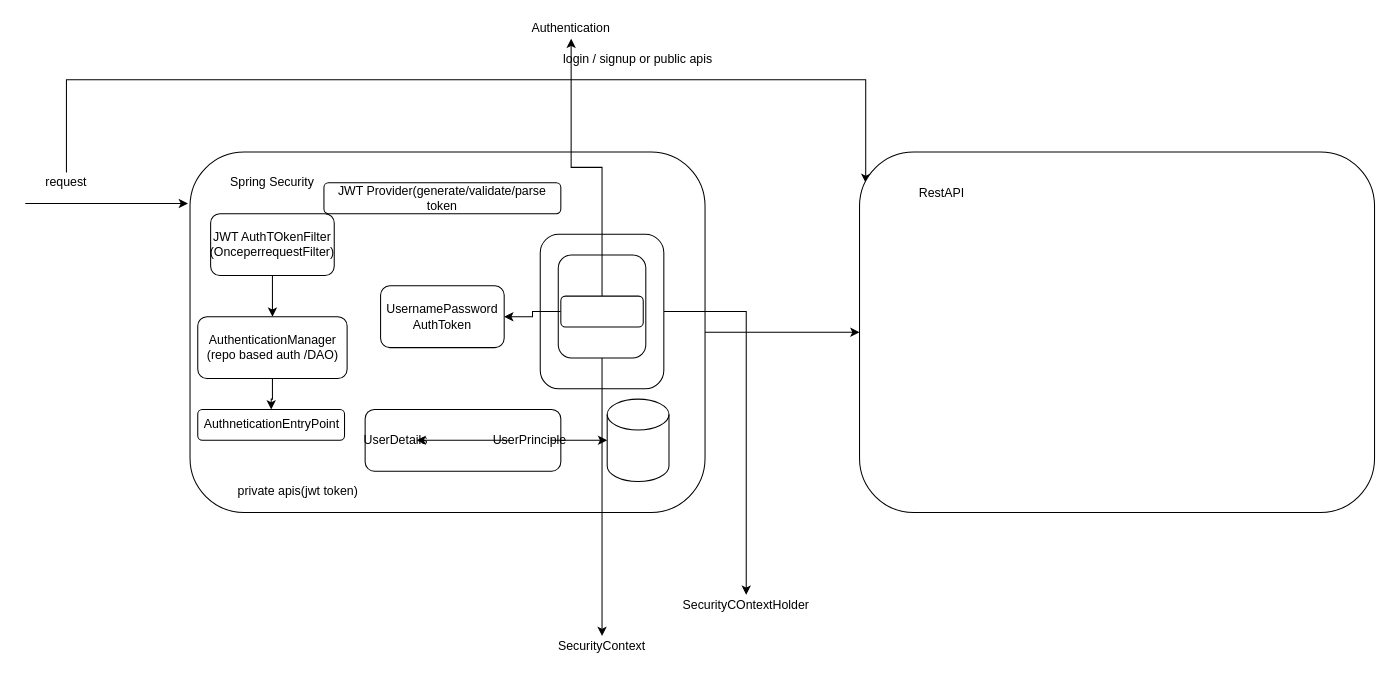
abhinandanchivate/landisgyrNotes keeps this draw.io diagram as page "security" (14 of 14) of Untitled Diagram.drawio. Above is the earlier version. Source tidied: cells renumbered, new cells numbered last; positions are measured from the earlier drawing's top-left corner, leaving out a move shared by most shapes. Both pictures are drawn from the tidied source at 103%, with x=0, y=0 at pixel (25, 18).
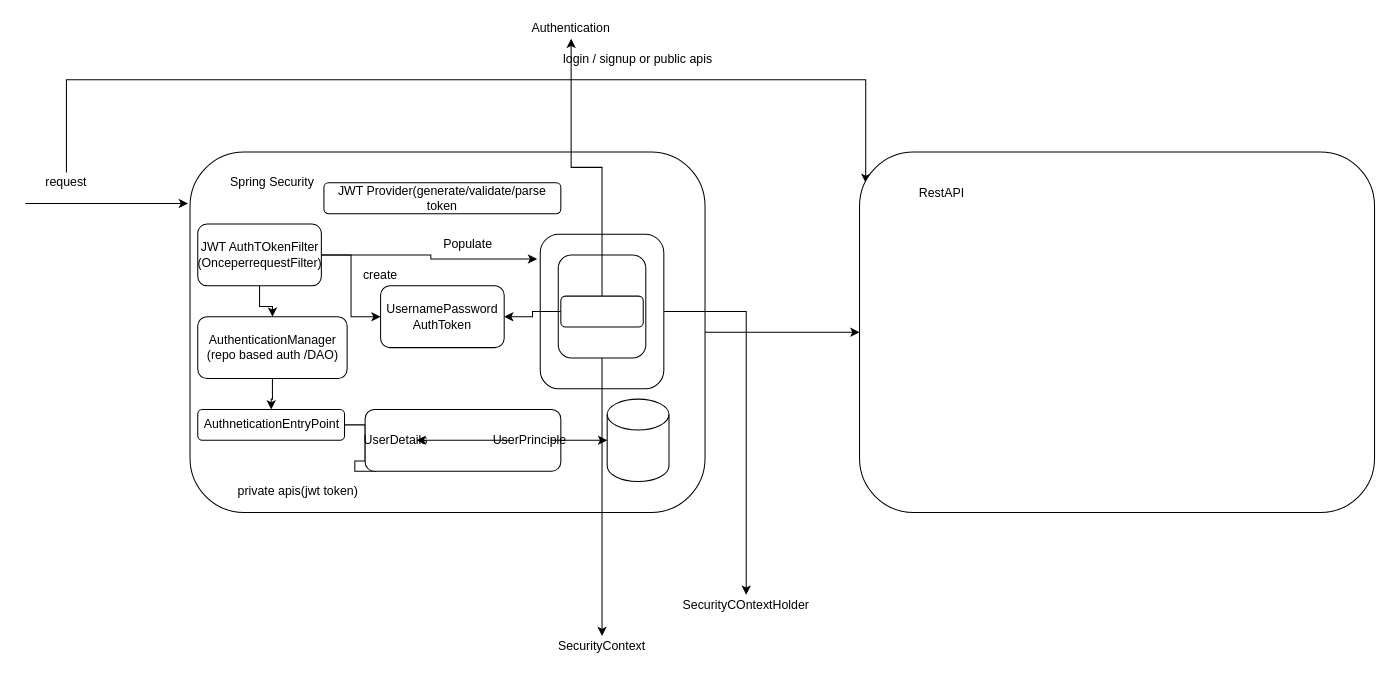
After the change.

The change refers to these unchanged cells:
```xml
<mxCell id="17" value="AuthneticationEntryPoint" style="rounded=1;whiteSpace=wrap;html=1;" parent="1" vertex="1">
  <mxGeometry x="167.5" y="380" width="142.5" height="30" as="geometry" />
</mxCell>
<mxCell id="21" style="rounded=1;whiteSpace=wrap;html=1;" parent="1" vertex="1">
  <mxGeometry x="500" y="210" width="120" height="150" as="geometry" />
</mxCell>
<mxCell id="30" value="UsernamePassword&lt;br&gt;AuthToken" style="rounded=1;whiteSpace=wrap;html=1;" parent="1" vertex="1">
  <mxGeometry x="345" y="260" width="120" height="60" as="geometry" />
</mxCell>
<mxCell id="31" value="UserDetails" style="text;html=1;strokeColor=none;fillColor=none;align=center;verticalAlign=middle;whiteSpace=wrap;rounded=0;" parent="1" vertex="1">
  <mxGeometry x="340" y="400" width="40" height="20" as="geometry" />
</mxCell>
```

Change to the diagram source:
```diff
@@
+    <mxCell id="35" style="edgeStyle=orthogonalEdgeStyle;rounded=0;jettySize=auto;html=1;entryX=-0.025;entryY=0.16;entryDx=0;entryDy=0;entryPerimeter=0;" parent="1" edge="1" source="13" target="21">
+      <mxGeometry relative="1" as="geometry" />
+    </mxCell>
+    <mxCell id="36" style="edgeStyle=orthogonalEdgeStyle;rounded=0;jettySize=auto;html=1;entryX=0;entryY=0.5;entryDx=0;entryDy=0;" parent="1" edge="1" source="13" target="30">
+      <mxGeometry relative="1" as="geometry" />
+    </mxCell>
     <mxCell id="13" value="JWT AuthTOkenFilter&lt;br&gt;(OnceperrequestFilter)" style="rounded=1;whiteSpace=wrap;html=1;" parent="1" vertex="1">
-      <mxGeometry x="180" y="190" width="120" height="60" as="geometry" />
+      <mxGeometry x="167.5" y="200" width="120" height="60" as="geometry" />
     </mxCell>
@@
+    <mxCell id="37" style="edgeStyle=orthogonalEdgeStyle;rounded=0;jettySize=auto;html=1;entryX=0;entryY=1;entryDx=0;entryDy=0;" parent="1" edge="1" source="17" target="31">
+      <mxGeometry relative="1" as="geometry" />
+    </mxCell>
@@
+    <mxCell id="38" value="Populate" style="text;html=1;strokeColor=none;fillColor=none;align=center;verticalAlign=middle;whiteSpace=wrap;rounded=0;" parent="1" vertex="1">
+      <mxGeometry x="410" y="210" width="40" height="20" as="geometry" />
+    </mxCell>
+    <mxCell id="39" value="create" style="text;html=1;strokeColor=none;fillColor=none;align=center;verticalAlign=middle;whiteSpace=wrap;rounded=0;" parent="1" vertex="1">
+      <mxGeometry x="325" y="240" width="40" height="20" as="geometry" />
+    </mxCell>
```
